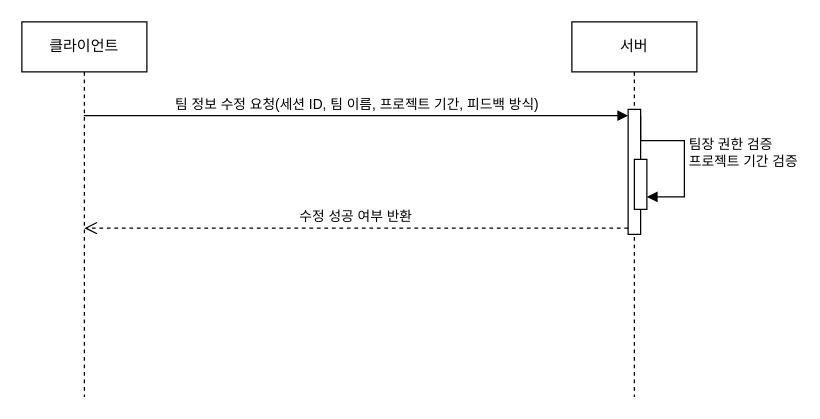
vvsos1/Team5-EQUUS-N keeps this draw.io diagram as page "팀 정보 수정 SD" (4 of 8) of docs/팀 관리/팀 관리 SD.drawio. Above is the earlier version. Source tidied: cells renumbered, new cells numbered last; positions are measured from the earlier drawing's top-left corner, leaving out a move shared by most shapes. Both pictures are drawn from the tidied source at 125%, with x=0, y=0 at pixel (21, 21).
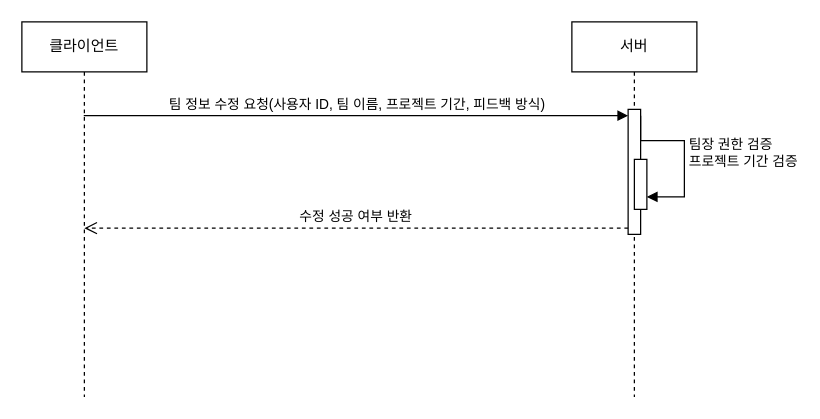
Above is the later version.

Change to the diagram source:
```diff
@@
 <mxGraphModel>
   <root>
     <mxCell id="0" />
     <mxCell id="1" parent="0" />
     <mxCell id="2" value="클라이언트" style="shape=umlLifeline;perimeter=lifelinePerimeter;whiteSpace=wrap;html=1;outlineConnect=0;portConstraint=eastwest;newEdgeStyle={&quot;curved&quot;:0,&quot;rounded&quot;:0};" parent="1" vertex="1">
       <mxGeometry width="100" height="300" as="geometry" />
     </mxCell>
     <mxCell id="3" value="서버" style="shape=umlLifeline;perimeter=lifelinePerimeter;whiteSpace=wrap;html=1;newEdgeStyle={&quot;curved&quot;:0,&quot;rounded&quot;:0};" parent="1" vertex="1">
       <mxGeometry x="440" width="100" height="300" as="geometry" />
     </mxCell>
     <mxCell id="4" style="html=1;points=[[0,0,0,0,5],[0,1,0,0,-5],[1,0,0,0,5],[1,1,0,0,-5]];perimeter=orthogonalPerimeter;outlineConnect=0;targetShapes=umlLifeline;portConstraint=eastwest;newEdgeStyle={&quot;curved&quot;:0,&quot;rounded&quot;:0};" parent="3" vertex="1">
       <mxGeometry x="45" y="70" width="10" height="100" as="geometry" />
     </mxCell>
     <mxCell id="5" style="html=1;points=[[0,0,0,0,5],[0,1,0,0,-5],[1,0,0,0,5],[1,1,0,0,-5]];perimeter=orthogonalPerimeter;outlineConnect=0;targetShapes=umlLifeline;portConstraint=eastwest;newEdgeStyle={&quot;curved&quot;:0,&quot;rounded&quot;:0};" parent="3" vertex="1">
       <mxGeometry x="50" y="110" width="10" height="40" as="geometry" />
     </mxCell>
     <mxCell id="6" value="팀장 권한 검증&lt;div&gt;프로젝트 기간 검증&lt;/div&gt;" style="html=1;align=left;spacingLeft=2;endArrow=block;rounded=0;edgeStyle=orthogonalEdgeStyle;curved=0;rounded=0;exitX=1;exitY=0;exitDx=0;exitDy=5;exitPerimeter=0;" parent="3" edge="1" source="4" target="5">
       <mxGeometry relative="1" as="geometry">
         <Array as="points">
           <mxPoint x="90" y="95" />
           <mxPoint x="90" y="140" />
         </Array>
       </mxGeometry>
     </mxCell>
-    <mxCell id="7" value="팀 정보 수정 요청(세션 ID,&amp;nbsp;&lt;span style=&quot;color: light-dark(rgb(0, 0, 0), rgb(255, 255, 255)); background-color: light-dark(#ffffff, var(--ge-dark-color, #121212));&quot;&gt;팀 이름, 프로젝트 기간, 피드백 방식)&lt;/span&gt;" style="html=1;verticalAlign=bottom;endArrow=block;curved=0;rounded=0;entryX=0;entryY=0;entryDx=0;entryDy=5;" parent="1" edge="1" source="2" target="4">
+    <mxCell id="7" value="팀 정보 수정 요청(사용자 ID,&amp;nbsp;&lt;span style=&quot;color: light-dark(rgb(0, 0, 0), rgb(255, 255, 255)); background-color: light-dark(#ffffff, var(--ge-dark-color, #121212));&quot;&gt;팀 이름, 프로젝트 기간, 피드백 방식)&lt;/span&gt;" style="html=1;verticalAlign=bottom;endArrow=block;curved=0;rounded=0;entryX=0;entryY=0;entryDx=0;entryDy=5;" parent="1" edge="1" source="2" target="4">
       <mxGeometry relative="1" as="geometry" />
     </mxCell>
     <mxCell id="8" value="수정 성공 여부 반환" style="html=1;verticalAlign=bottom;endArrow=open;dashed=1;endSize=8;curved=0;rounded=0;exitX=0;exitY=1;exitDx=0;exitDy=-5;" parent="1" edge="1" source="4">
       <mxGeometry relative="1" as="geometry">
         <mxPoint x="50" y="165" as="targetPoint" />
       </mxGeometry>
     </mxCell>
   </root>
 </mxGraphModel>
```
